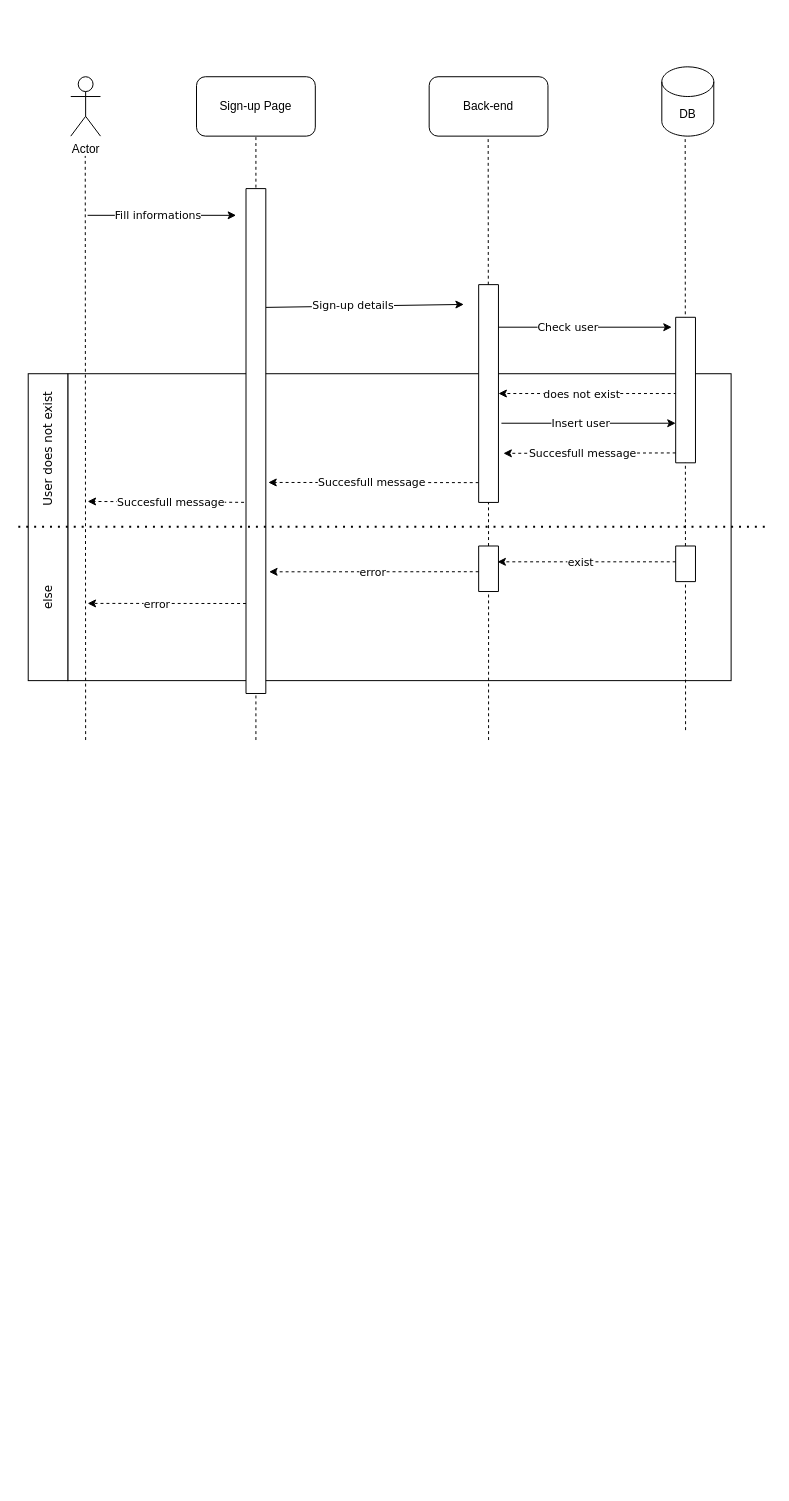
Earlier version of the draw.io diagram Untitled Diagram.drawio (MustafaKANLI/BildirWebPublic). Source tidied: cells renumbered, new cells numbered last; positions are measured from the earlier drawing's top-left corner, leaving out a move shared by most shapes. Both pictures are drawn from the tidied source at 99%, with x=0, y=0 at pixel (18, 66).
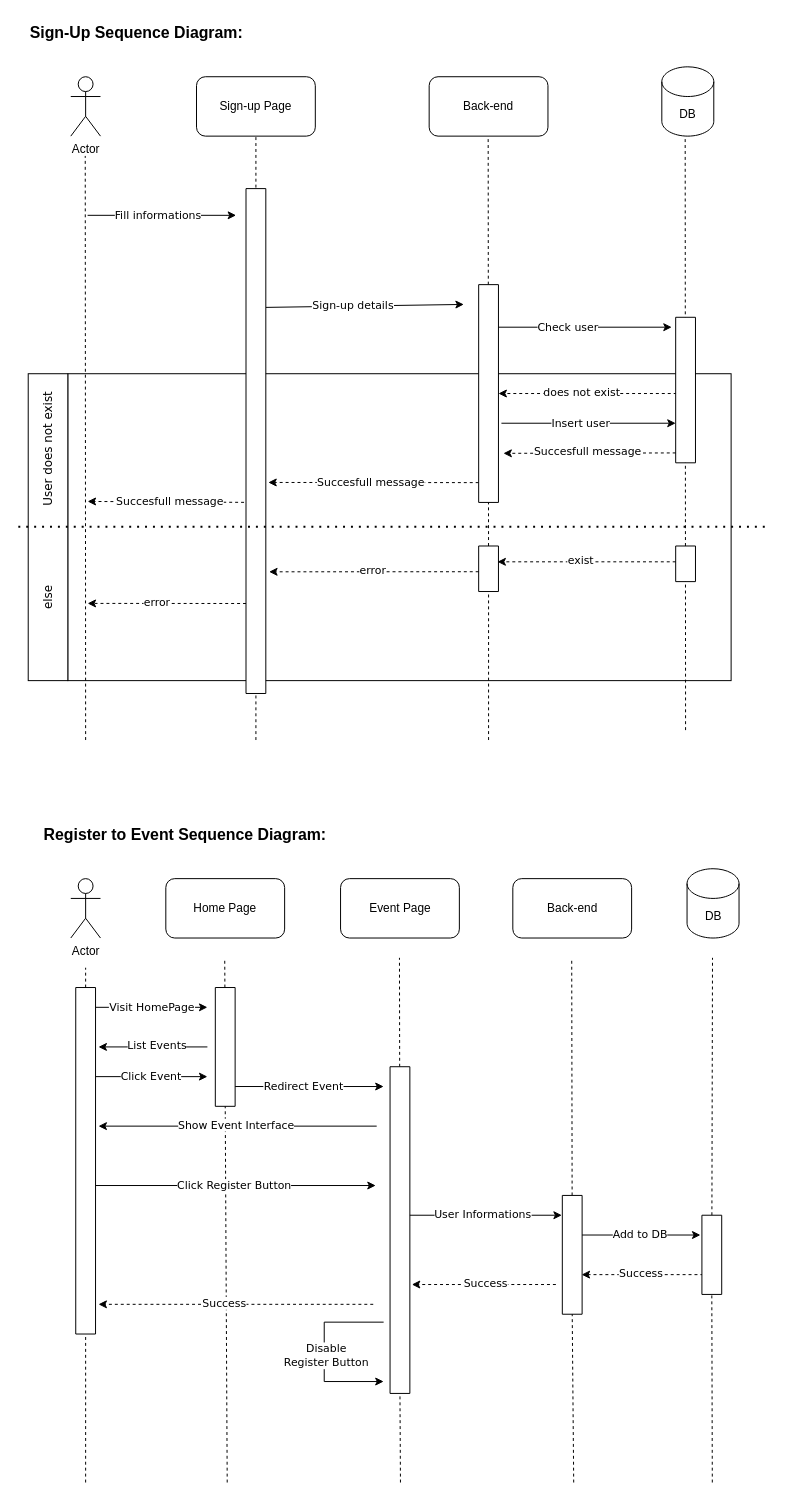
The same diagram, later.

Commit message:
Added Register to Event Sequence Diagram

Unchanged cells that the change refers to:
```xml
<mxCell id="17" style="endArrow=classic;html=1;rounded=0;dashed=1;fontFamily=Verdana;" parent="1" edge="1">
  <mxGeometry relative="1" as="geometry">
    <mxPoint x="665" y="330" as="sourcePoint" />
    <mxPoint x="485" y="330" as="targetPoint" />
  </mxGeometry>
</mxCell>
<mxCell id="19" style="endArrow=classic;html=1;rounded=0;dashed=1;fontFamily=Verdana;entryX=1.125;entryY=0.582;entryDx=0;entryDy=0;entryPerimeter=0;" parent="1" edge="1" target="23">
  <mxGeometry relative="1" as="geometry">
    <mxPoint x="465" y="420" as="sourcePoint" />
  </mxGeometry>
</mxCell>
<mxCell id="21" style="endArrow=classic;html=1;rounded=0;dashed=1;fontFamily=Verdana;" parent="1" edge="1">
  <mxGeometry relative="1" as="geometry">
    <mxPoint x="240" y="440" as="sourcePoint" />
    <mxPoint x="70" y="439" as="targetPoint" />
  </mxGeometry>
</mxCell>
<mxCell id="29" style="endArrow=classic;html=1;rounded=0;dashed=1;fontFamily=Verdana;" parent="1" edge="1">
  <mxGeometry relative="1" as="geometry">
    <mxPoint x="664" y="390" as="sourcePoint" />
    <mxPoint x="490" y="390.4" as="targetPoint" />
  </mxGeometry>
</mxCell>
<mxCell id="34" style="endArrow=classic;html=1;rounded=0;dashed=1;fontFamily=Verdana;" parent="1" edge="1">
  <mxGeometry relative="1" as="geometry">
    <mxPoint x="664" y="500" as="sourcePoint" />
    <mxPoint x="484" y="500" as="targetPoint" />
  </mxGeometry>
</mxCell>
<mxCell id="36" style="endArrow=classic;html=1;rounded=0;dashed=1;fontFamily=Verdana;entryX=1.167;entryY=0.759;entryDx=0;entryDy=0;entryPerimeter=0;" parent="1" edge="1" target="23">
  <mxGeometry relative="1" as="geometry">
    <mxPoint x="465" y="510" as="sourcePoint" />
  </mxGeometry>
</mxCell>
<mxCell id="38" style="endArrow=classic;html=1;rounded=0;dashed=1;fontFamily=Verdana;" parent="1" edge="1">
  <mxGeometry relative="1" as="geometry">
    <mxPoint x="230" y="542.1" as="sourcePoint" />
    <mxPoint x="70" y="542" as="targetPoint" />
  </mxGeometry>
</mxCell>
```

Change to the diagram source:
```diff
@@
     <mxCell id="18" value="does not exist" style="edgeLabel;html=1;align=center;verticalAlign=middle;fontFamily=Verdana;" parent="17" vertex="1">
       <mxGeometry x="-0.29" y="1" relative="1" as="geometry">
-        <mxPoint x="-33" y="-1" as="offset" />
+        <mxPoint x="-33" y="-3" as="offset" />
       </mxGeometry>
     </mxCell>
@@
     <mxCell id="20" value="Succesfull message" style="edgeLabel;html=1;align=center;verticalAlign=middle;fontFamily=Verdana;" parent="19" vertex="1">
       <mxGeometry x="-0.29" y="1" relative="1" as="geometry">
-        <mxPoint x="-33" y="-1" as="offset" />
+        <mxPoint x="-34" y="-1" as="offset" />
       </mxGeometry>
     </mxCell>
@@
     <mxCell id="22" value="Succesfull message" style="edgeLabel;html=1;align=center;verticalAlign=middle;fontFamily=Verdana;" parent="21" vertex="1">
       <mxGeometry x="-0.29" y="1" relative="1" as="geometry">
-        <mxPoint x="-26" y="-1" as="offset" />
+        <mxPoint x="-27" y="-2" as="offset" />
       </mxGeometry>
     </mxCell>
@@
     <mxCell id="30" value="Succesfull message" style="edgeLabel;html=1;align=center;verticalAlign=middle;fontFamily=Verdana;" parent="29" vertex="1">
       <mxGeometry x="-0.29" y="1" relative="1" as="geometry">
-        <mxPoint x="-33" y="-1" as="offset" />
+        <mxPoint x="-28" y="-3" as="offset" />
       </mxGeometry>
     </mxCell>
@@
     <mxCell id="35" value="exist" style="edgeLabel;html=1;align=center;verticalAlign=middle;fontFamily=Verdana;" parent="34" vertex="1">
       <mxGeometry x="-0.29" y="1" relative="1" as="geometry">
-        <mxPoint x="-33" y="-1" as="offset" />
+        <mxPoint x="-33" y="-3" as="offset" />
       </mxGeometry>
     </mxCell>
@@
     <mxCell id="37" value="error" style="edgeLabel;html=1;align=center;verticalAlign=middle;fontFamily=Verdana;" parent="36" vertex="1">
       <mxGeometry x="-0.29" y="1" relative="1" as="geometry">
-        <mxPoint x="-33" y="-1" as="offset" />
+        <mxPoint x="-33" y="-3" as="offset" />
       </mxGeometry>
     </mxCell>
@@
     <mxCell id="39" value="error" style="edgeLabel;html=1;align=center;verticalAlign=middle;fontFamily=Verdana;" parent="38" vertex="1">
       <mxGeometry x="-0.29" y="1" relative="1" as="geometry">
-        <mxPoint x="-33" y="-1" as="offset" />
+        <mxPoint x="-33" y="-3" as="offset" />
       </mxGeometry>
     </mxCell>
@@
+    <mxCell id="43" value="Actor" style="shape=umlActor;verticalLabelPosition=bottom;verticalAlign=top;html=1;" parent="1" vertex="1">
+      <mxGeometry x="53" y="820" width="30" height="60" as="geometry" />
+    </mxCell>
+    <mxCell id="44" style="endArrow=none;dashed=1;html=1;rounded=0;fontFamily=Verdana;startArrow=none;" parent="1" edge="1" source="85">
+      <mxGeometry relative="1" as="geometry">
+        <mxPoint x="68" y="910" as="targetPoint" />
+      </mxGeometry>
+    </mxCell>
+    <mxCell id="45" value="Home Page" style="rounded=1;whiteSpace=wrap;html=1;flipH=0;flipV=0;" parent="1" vertex="1">
+      <mxGeometry x="149" y="820" width="120" height="60" as="geometry" />
+    </mxCell>
+    <mxCell id="46" value="Event Page" style="rounded=1;whiteSpace=wrap;html=1;flipH=0;flipV=0;" parent="1" vertex="1">
+      <mxGeometry x="325.5" y="820" width="120" height="60" as="geometry" />
+    </mxCell>
+    <mxCell id="47" value="Back-end" style="rounded=1;whiteSpace=wrap;html=1;flipH=0;flipV=0;" parent="1" vertex="1">
+      <mxGeometry x="499.5" y="820" width="120" height="60" as="geometry" />
+    </mxCell>
+    <mxCell id="48" value="DB" style="shape=cylinder3;whiteSpace=wrap;html=1;boundedLbl=1;backgroundOutline=1;size=15;flipH=0;flipV=0;" parent="1" vertex="1">
+      <mxGeometry x="675.5" y="810" width="52.5" height="70" as="geometry" />
+    </mxCell>
+    <mxCell id="49" style="endArrow=none;dashed=1;html=1;rounded=0;fontFamily=Verdana;entryX=0.5;entryY=1;entryDx=0;entryDy=0;startArrow=none;" parent="1" edge="1" source="61">
+      <mxGeometry relative="1" as="geometry">
+        <mxPoint x="208.5" y="900" as="targetPoint" />
+      </mxGeometry>
+    </mxCell>
+    <mxCell id="50" style="endArrow=none;dashed=1;html=1;rounded=0;fontFamily=Verdana;entryX=0.5;entryY=1;entryDx=0;entryDy=0;startArrow=none;" parent="1" edge="1" source="69">
+      <mxGeometry relative="1" as="geometry">
+        <mxPoint x="385" y="900" as="targetPoint" />
+      </mxGeometry>
+    </mxCell>
+    <mxCell id="51" style="endArrow=none;dashed=1;html=1;rounded=0;fontFamily=Verdana;entryX=0.5;entryY=1;entryDx=0;entryDy=0;startArrow=none;" parent="1" edge="1" source="81">
+      <mxGeometry relative="1" as="geometry">
+        <mxPoint x="559" y="900" as="targetPoint" />
+      </mxGeometry>
+    </mxCell>
+    <mxCell id="52" style="endArrow=none;dashed=1;html=1;rounded=0;fontFamily=Verdana;entryX=0.5;entryY=1;entryDx=0;entryDy=0;startArrow=none;" parent="1" edge="1" source="83">
+      <mxGeometry relative="1" as="geometry">
+        <mxPoint x="701.2" y="900" as="targetPoint" />
+      </mxGeometry>
+    </mxCell>
+    <mxCell id="53" style="endArrow=classic;html=1;rounded=0;fontFamily=Verdana;" parent="1" edge="1">
+      <mxGeometry relative="1" as="geometry">
+        <mxPoint x="71" y="950" as="sourcePoint" />
+        <mxPoint x="191" y="950" as="targetPoint" />
+      </mxGeometry>
+    </mxCell>
+    <mxCell id="54" value="Visit HomePage" style="edgeLabel;html=1;align=center;verticalAlign=middle;fontFamily=Verdana;" parent="53" vertex="1">
+      <mxGeometry x="-0.29" y="1" relative="1" as="geometry">
+        <mxPoint x="20" as="offset" />
+      </mxGeometry>
+    </mxCell>
+    <mxCell id="55" style="endArrow=classic;html=1;rounded=0;fontFamily=Verdana;" parent="1" edge="1">
+      <mxGeometry relative="1" as="geometry">
+        <mxPoint x="191" y="990" as="sourcePoint" />
+        <mxPoint x="81" y="990" as="targetPoint" />
+      </mxGeometry>
+    </mxCell>
+    <mxCell id="56" value="List Events" style="edgeLabel;html=1;align=center;verticalAlign=middle;fontFamily=Verdana;" parent="55" vertex="1">
+      <mxGeometry x="-0.29" y="1" relative="1" as="geometry">
+        <mxPoint x="-13" y="-3" as="offset" />
+      </mxGeometry>
+    </mxCell>
+    <mxCell id="57" style="endArrow=classic;html=1;rounded=0;fontFamily=Verdana;" parent="1" edge="1">
+      <mxGeometry relative="1" as="geometry">
+        <mxPoint x="70" y="1020" as="sourcePoint" />
+        <mxPoint x="191" y="1020" as="targetPoint" />
+      </mxGeometry>
+    </mxCell>
+    <mxCell id="58" value="Click Event" style="edgeLabel;html=1;align=center;verticalAlign=middle;fontFamily=Verdana;" parent="57" vertex="1">
+      <mxGeometry x="-0.29" y="1" relative="1" as="geometry">
+        <mxPoint x="20" as="offset" />
+      </mxGeometry>
+    </mxCell>
+    <mxCell id="59" style="endArrow=classic;html=1;rounded=0;fontFamily=Verdana;" parent="1" edge="1">
+      <mxGeometry relative="1" as="geometry">
+        <mxPoint x="215.5" y="1030" as="sourcePoint" />
+        <mxPoint x="369" y="1030" as="targetPoint" />
+      </mxGeometry>
+    </mxCell>
+    <mxCell id="60" value="Redirect Event" style="edgeLabel;html=1;align=center;verticalAlign=middle;fontFamily=Verdana;" parent="59" vertex="1">
+      <mxGeometry x="-0.29" y="1" relative="1" as="geometry">
+        <mxPoint x="18" as="offset" />
+      </mxGeometry>
+    </mxCell>
+    <mxCell id="61" style="verticalLabelPosition=bottom;verticalAlign=top;html=1;shape=mxgraph.basic.rect;fillColor2=none;strokeWidth=1;size=20;indent=5;fontFamily=Verdana;" parent="1" vertex="1">
+      <mxGeometry x="199" y="930" width="20" height="120" as="geometry" />
+    </mxCell>
+    <mxCell id="62" style="endArrow=none;dashed=1;html=1;rounded=0;fontFamily=Verdana;entryX=0.5;entryY=1;entryDx=0;entryDy=0;" parent="1" edge="1" target="61">
+      <mxGeometry relative="1" as="geometry">
+        <mxPoint x="211" y="1430" as="sourcePoint" />
+      </mxGeometry>
+    </mxCell>
+    <mxCell id="63" style="endArrow=classic;html=1;rounded=0;fontFamily=Verdana;" parent="1" edge="1">
+      <mxGeometry relative="1" as="geometry">
+        <mxPoint x="362" y="1070" as="sourcePoint" />
+        <mxPoint x="81" y="1070" as="targetPoint" />
+      </mxGeometry>
+    </mxCell>
+    <mxCell id="64" value="Show Event Interface" style="edgeLabel;html=1;align=center;verticalAlign=middle;fontFamily=Verdana;" parent="63" vertex="1">
+      <mxGeometry x="-0.29" y="1" relative="1" as="geometry">
+        <mxPoint x="-43" y="-3" as="offset" />
+      </mxGeometry>
+    </mxCell>
+    <mxCell id="65" style="endArrow=classic;html=1;rounded=0;fontFamily=Verdana;" parent="1" edge="1">
+      <mxGeometry relative="1" as="geometry">
+        <mxPoint x="76.5" y="1130" as="sourcePoint" />
+        <mxPoint x="361" y="1130" as="targetPoint" />
+      </mxGeometry>
+    </mxCell>
+    <mxCell id="66" value="Click Register Button" style="edgeLabel;html=1;align=center;verticalAlign=middle;fontFamily=Verdana;" parent="65" vertex="1">
+      <mxGeometry x="-0.29" y="1" relative="1" as="geometry">
+        <mxPoint x="40" as="offset" />
+      </mxGeometry>
+    </mxCell>
+    <mxCell id="67" style="endArrow=classic;html=1;rounded=0;fontFamily=Verdana;" parent="1" edge="1">
+      <mxGeometry relative="1" as="geometry">
+        <mxPoint x="389.5" y="1160" as="sourcePoint" />
+        <mxPoint x="549" y="1160" as="targetPoint" />
+      </mxGeometry>
+    </mxCell>
+    <mxCell id="68" value="User Informations" style="edgeLabel;html=1;align=center;verticalAlign=middle;fontFamily=Verdana;" parent="67" vertex="1">
+      <mxGeometry x="-0.29" y="1" relative="1" as="geometry">
+        <mxPoint x="22" y="-1" as="offset" />
+      </mxGeometry>
+    </mxCell>
+    <mxCell id="69" style="verticalLabelPosition=bottom;verticalAlign=top;html=1;shape=mxgraph.basic.rect;fillColor2=none;strokeWidth=1;size=20;indent=5;fontFamily=Verdana;" parent="1" vertex="1">
+      <mxGeometry x="375.5" y="1010" width="20" height="330" as="geometry" />
+    </mxCell>
+    <mxCell id="70" style="endArrow=none;dashed=1;html=1;rounded=0;fontFamily=Verdana;entryX=0.5;entryY=1;entryDx=0;entryDy=0;" parent="1" edge="1" target="69">
+      <mxGeometry relative="1" as="geometry">
+        <mxPoint x="386" y="1430" as="sourcePoint" />
+      </mxGeometry>
+    </mxCell>
+    <mxCell id="71" style="endArrow=classic;html=1;rounded=0;fontFamily=Verdana;" parent="1" edge="1">
+      <mxGeometry relative="1" as="geometry">
+        <mxPoint x="559" y="1180" as="sourcePoint" />
+        <mxPoint x="689" y="1180" as="targetPoint" />
+      </mxGeometry>
+    </mxCell>
+    <mxCell id="72" value="Add to DB" style="edgeLabel;html=1;align=center;verticalAlign=middle;fontFamily=Verdana;" parent="71" vertex="1">
+      <mxGeometry x="-0.29" y="1" relative="1" as="geometry">
+        <mxPoint x="22" y="-1" as="offset" />
+      </mxGeometry>
+    </mxCell>
+    <mxCell id="73" style="endArrow=classic;html=1;rounded=0;dashed=1;fontFamily=Verdana;" parent="1" edge="1">
+      <mxGeometry relative="1" as="geometry">
+        <mxPoint x="692" y="1220" as="sourcePoint" />
+        <mxPoint x="569" y="1220" as="targetPoint" />
+      </mxGeometry>
+    </mxCell>
+    <mxCell id="74" value="Success" style="edgeLabel;html=1;align=center;verticalAlign=middle;fontFamily=Verdana;" parent="73" vertex="1">
+      <mxGeometry x="-0.29" y="1" relative="1" as="geometry">
+        <mxPoint x="-20" y="-3" as="offset" />
+      </mxGeometry>
+    </mxCell>
+    <mxCell id="75" style="endArrow=classic;html=1;rounded=0;dashed=1;fontFamily=Verdana;" parent="1" edge="1">
+      <mxGeometry relative="1" as="geometry">
+        <mxPoint x="543" y="1230" as="sourcePoint" />
+        <mxPoint x="397.5" y="1230" as="targetPoint" />
+      </mxGeometry>
+    </mxCell>
+    <mxCell id="76" value="Success" style="edgeLabel;html=1;align=center;verticalAlign=middle;fontFamily=Verdana;" parent="75" vertex="1">
+      <mxGeometry x="-0.29" y="1" relative="1" as="geometry">
+        <mxPoint x="-20" y="-3" as="offset" />
+      </mxGeometry>
+    </mxCell>
+    <mxCell id="77" style="endArrow=classic;html=1;rounded=0;dashed=1;fontFamily=Verdana;" parent="1" edge="1">
+      <mxGeometry relative="1" as="geometry">
+        <mxPoint x="358.5" y="1250" as="sourcePoint" />
+        <mxPoint x="81" y="1250" as="targetPoint" />
+      </mxGeometry>
+    </mxCell>
+    <mxCell id="78" value="Success" style="edgeLabel;html=1;align=center;verticalAlign=middle;fontFamily=Verdana;" parent="77" vertex="1">
+      <mxGeometry x="-0.29" y="1" relative="1" as="geometry">
+        <mxPoint x="-52" y="-3" as="offset" />
+      </mxGeometry>
+    </mxCell>
+    <mxCell id="79" style="endArrow=classic;html=1;rounded=0;fontFamily=Verdana;" parent="1" edge="1">
+      <mxGeometry relative="1" as="geometry">
+        <mxPoint x="369" y="1268" as="sourcePoint" />
+        <mxPoint x="369" y="1328" as="targetPoint" />
+        <Array as="points">
+          <mxPoint x="309" y="1268" />
+          <mxPoint x="309" y="1328" />
+        </Array>
+      </mxGeometry>
+    </mxCell>
+    <mxCell id="80" value="Disable&lt;br&gt;Register Button" style="edgeLabel;html=1;align=center;verticalAlign=middle;fontFamily=Verdana;" parent="79" vertex="1">
+      <mxGeometry x="-0.29" y="1" relative="1" as="geometry">
+        <mxPoint y="29" as="offset" />
+      </mxGeometry>
+    </mxCell>
+    <mxCell id="81" style="verticalLabelPosition=bottom;verticalAlign=top;html=1;shape=mxgraph.basic.rect;fillColor2=none;strokeWidth=1;size=20;indent=5;fontFamily=Verdana;" parent="1" vertex="1">
+      <mxGeometry x="549.5" y="1140" width="20" height="120" as="geometry" />
+    </mxCell>
+    <mxCell id="82" style="endArrow=none;dashed=1;html=1;rounded=0;fontFamily=Verdana;entryX=0.5;entryY=1;entryDx=0;entryDy=0;" parent="1" edge="1" target="81">
+      <mxGeometry relative="1" as="geometry">
+        <mxPoint x="561" y="1430" as="sourcePoint" />
+      </mxGeometry>
+    </mxCell>
+    <mxCell id="83" style="verticalLabelPosition=bottom;verticalAlign=top;html=1;shape=mxgraph.basic.rect;fillColor2=none;strokeWidth=1;size=20;indent=5;fontFamily=Verdana;" parent="1" vertex="1">
+      <mxGeometry x="690.5" y="1160" width="20" height="80" as="geometry" />
+    </mxCell>
+    <mxCell id="84" style="endArrow=none;dashed=1;html=1;rounded=0;fontFamily=Verdana;entryX=0.5;entryY=1;entryDx=0;entryDy=0;" parent="1" edge="1" target="83">
+      <mxGeometry relative="1" as="geometry">
+        <mxPoint x="701" y="1430" as="sourcePoint" />
+      </mxGeometry>
+    </mxCell>
+    <mxCell id="85" style="verticalLabelPosition=bottom;verticalAlign=top;html=1;shape=mxgraph.basic.rect;fillColor2=none;strokeWidth=1;size=20;indent=5;fontFamily=Verdana;" parent="1" vertex="1">
+      <mxGeometry x="58" y="930" width="20" height="350" as="geometry" />
+    </mxCell>
+    <mxCell id="86" style="endArrow=none;dashed=1;html=1;rounded=0;fontFamily=Verdana;" parent="1" edge="1" target="85">
+      <mxGeometry relative="1" as="geometry">
+        <mxPoint x="68" y="1430" as="sourcePoint" />
+      </mxGeometry>
+    </mxCell>
+    <mxCell id="87" value="Sign-Up Sequence Diagram:" style="text;html=1;strokeColor=none;fillColor=none;align=left;verticalAlign=middle;whiteSpace=wrap;rounded=0;fontStyle=1;fontSize=16;" parent="1" vertex="1">
+      <mxGeometry x="10" y="-50" width="226" height="30" as="geometry" />
+    </mxCell>
+    <mxCell id="88" value="Register to Event Sequence Diagram:" style="text;html=1;strokeColor=none;fillColor=none;align=left;verticalAlign=middle;whiteSpace=wrap;rounded=0;fontStyle=1;fontSize=16;" parent="1" vertex="1">
+      <mxGeometry x="24" y="760" width="317" height="30" as="geometry" />
+    </mxCell>
```
